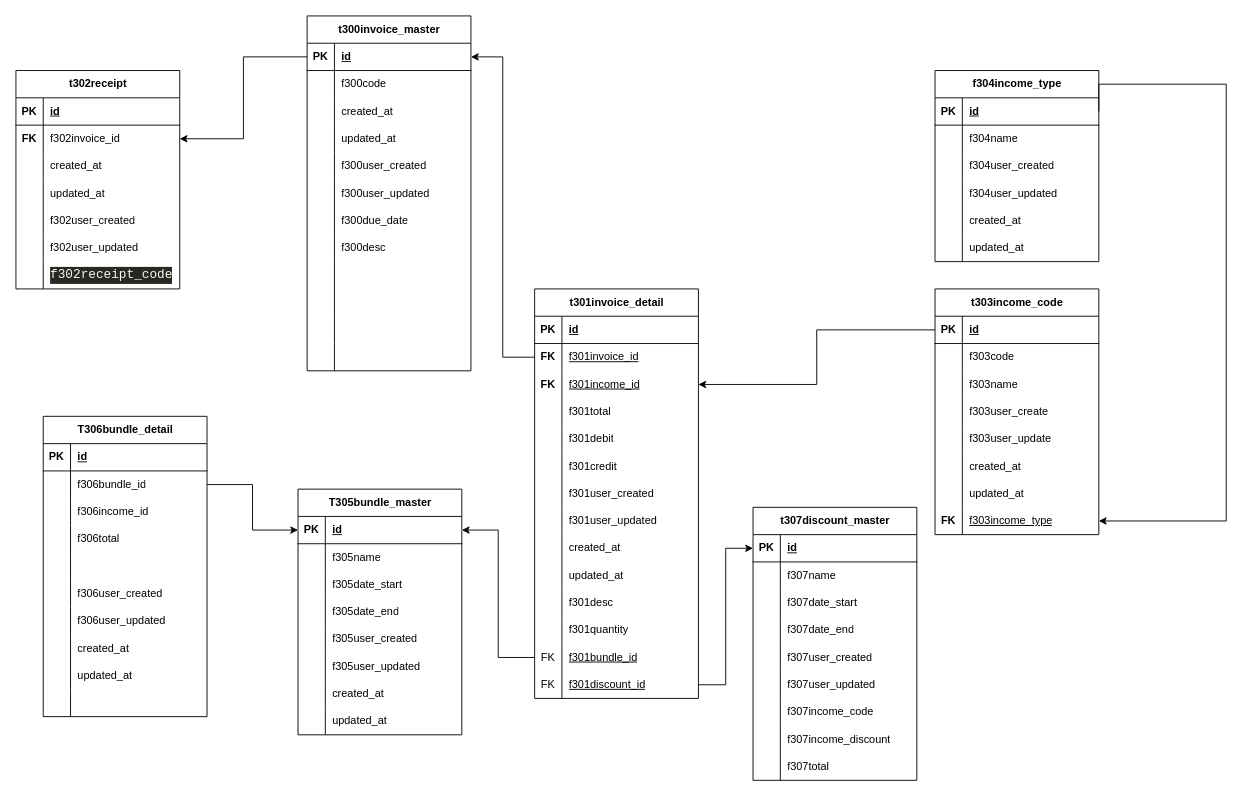
Earlier version of the draw.io diagram page "Billing Management" (2 of 5) of rentall_app.drawio (harishaikal940322/diagram). Source tidied: cells renumbered, new cells numbered last; positions are measured from the earlier drawing's top-left corner, leaving out a move shared by most shapes. Both pictures are drawn from the tidied source at 91%, with x=0, y=0 at pixel (15, 15).
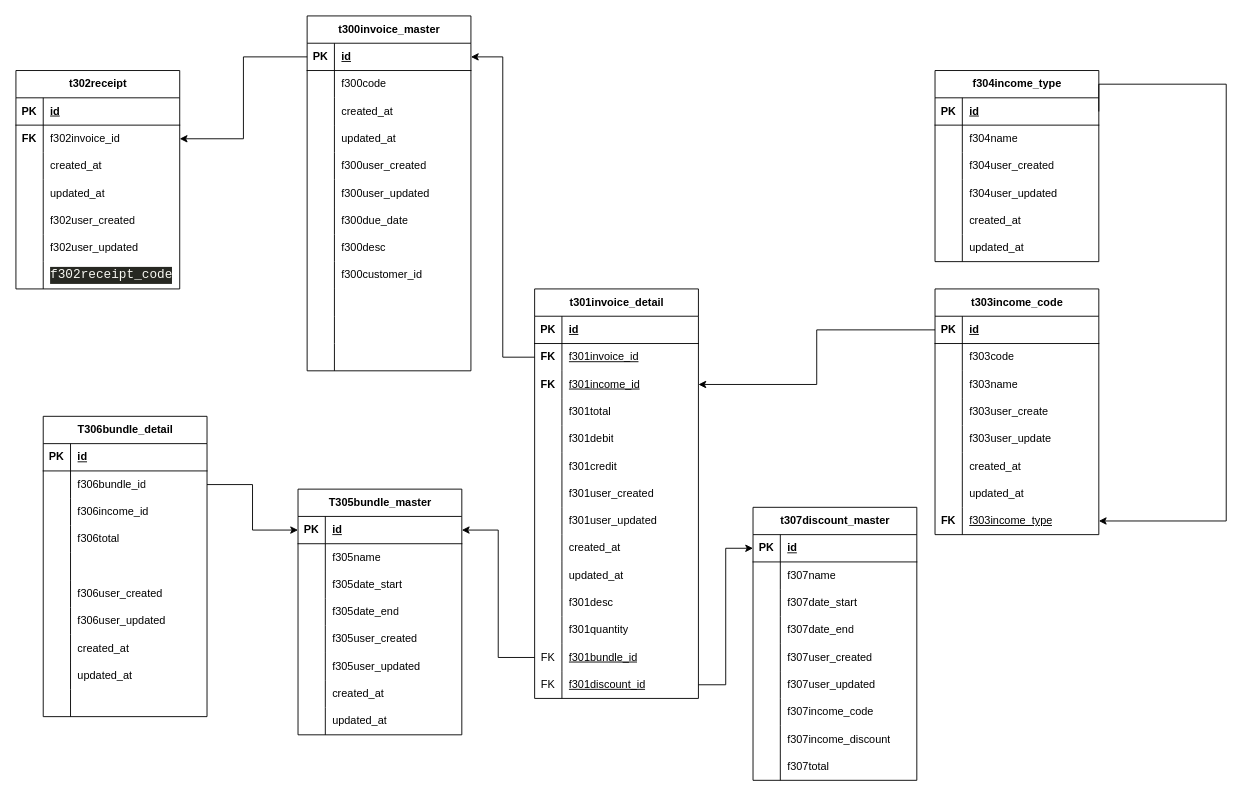
Above is the later version.

Unchanged cells that the change refers to:
```xml
<mxCell id="27" style="shape=tableRow;horizontal=0;startSize=0;swimlaneHead=0;swimlaneBody=0;fillColor=none;top=0;left=0;right=0;bottom=0;" parent="2" vertex="1">
  <mxGeometry y="270" width="180" height="30" as="geometry" />
</mxCell>
```

The edit, as a diff of the source:
```diff
@@
-    <mxCell id="29" style="shape=partialRectangle;fillColor=none;top=0;left=0;bottom=0;right=0;align=left;spacingLeft=6;overflow=hidden;whiteSpace=wrap;html=1;" parent="27" vertex="1">
+    <mxCell id="29" value="f300customer_id" style="shape=partialRectangle;fillColor=none;top=0;left=0;bottom=0;right=0;align=left;spacingLeft=6;overflow=hidden;whiteSpace=wrap;html=1;" parent="27" vertex="1">
       <mxGeometry x="30" width="150" height="30" as="geometry" />
     </mxCell>
```
